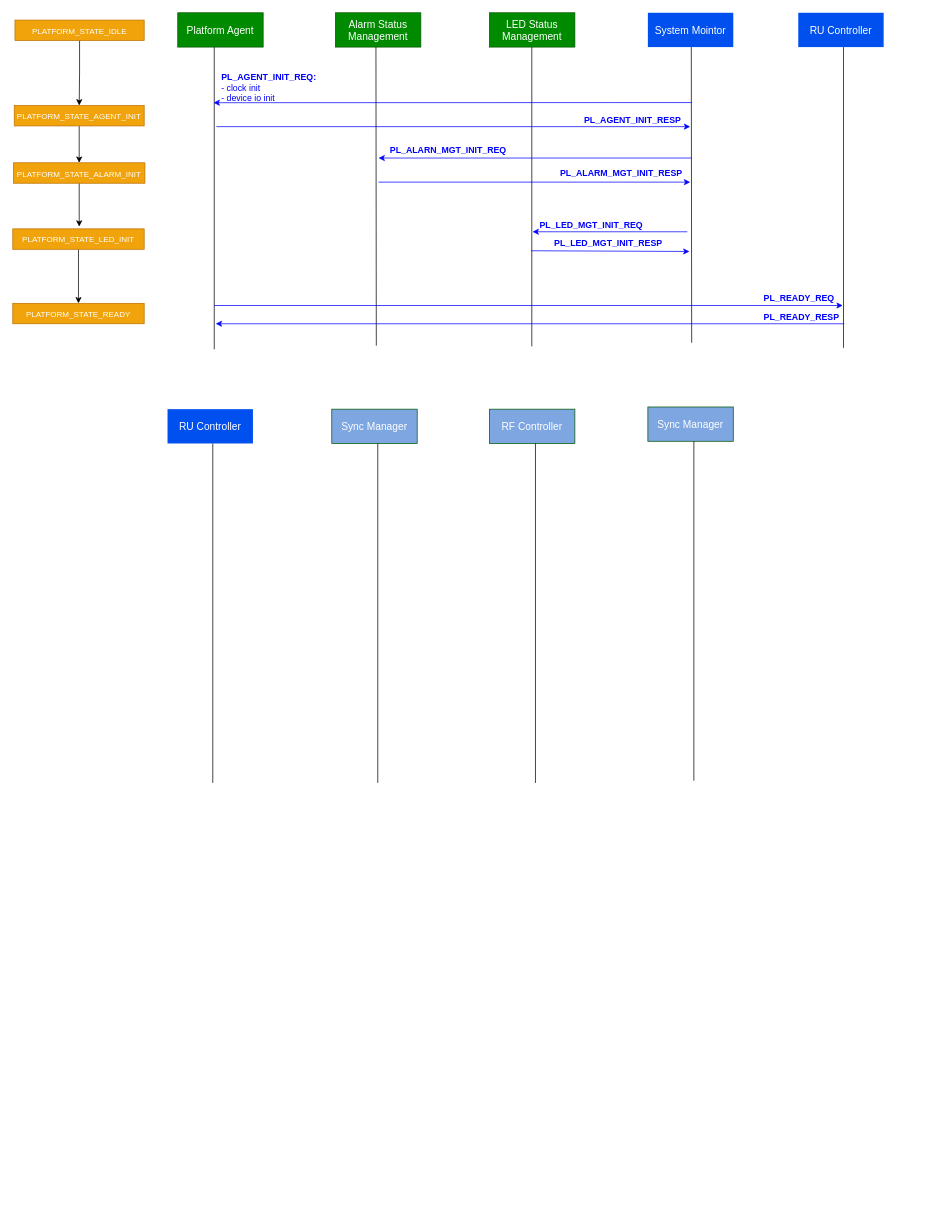
Above: 未命名绘图.drawio in james1023/drawio (draw.io), before the change. Source tidied: cells renumbered, new cells numbered last; positions are measured from the earlier drawing's top-left corner, leaving out a move shared by most shapes. Both pictures are drawn from the tidied source at 73%, with x=0, y=0 at pixel (12, 12).
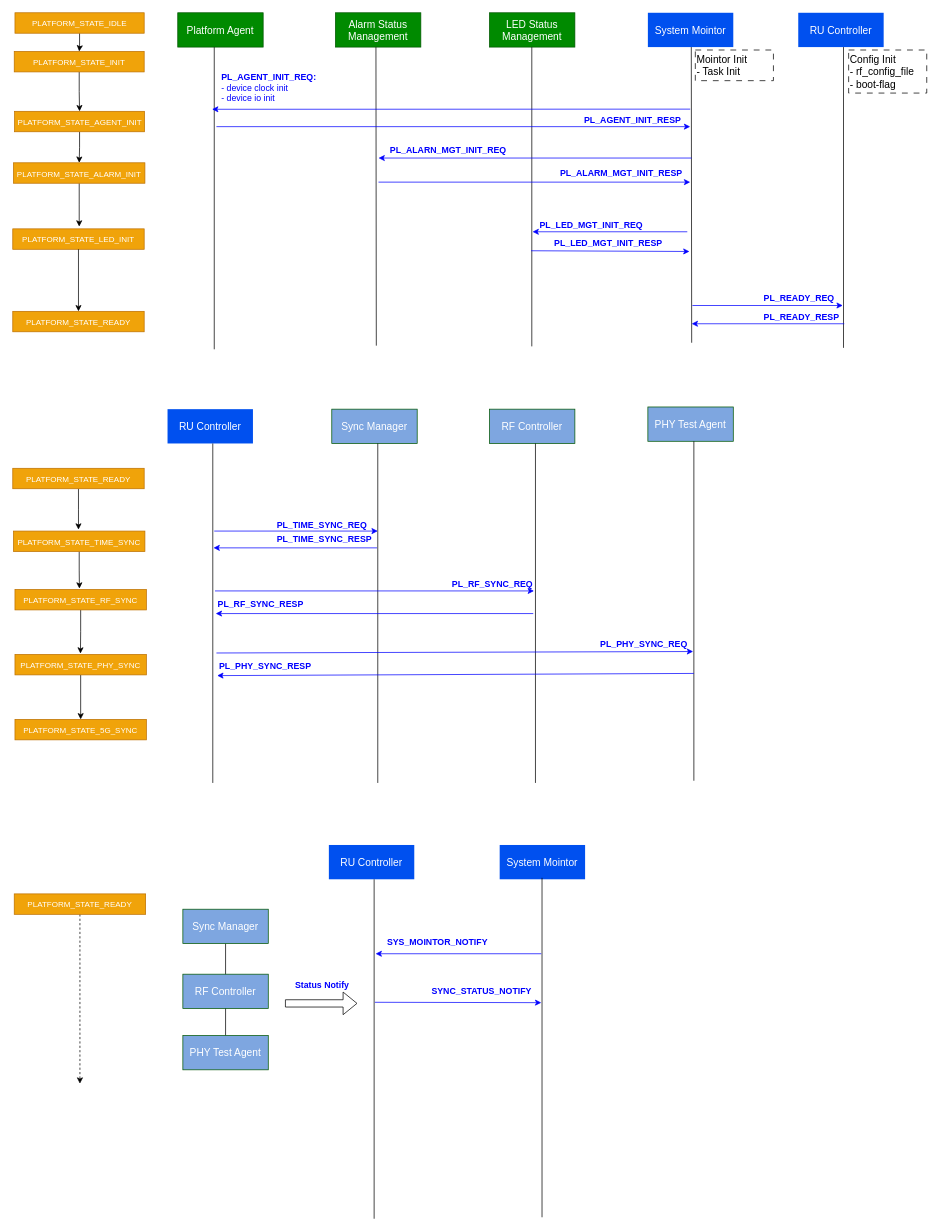
The same page after the edit.

Commit message:
更新未命名绘图.drawio

Unchanged cells that the change refers to:
```xml
<mxCell id="27" value="&lt;font style=&quot;font-size: 11px;&quot;&gt;PLATFORM_STATE_ALARM_INIT&lt;/font&gt;" style="rounded=0;whiteSpace=wrap;html=1;fillColor=#f0a30a;fontColor=#FFFFFF;strokeColor=#BD7000;fontSize=14;" parent="1" vertex="1">
  <mxGeometry x="1" y="205.5" width="180" height="28" as="geometry" />
</mxCell>
<mxCell id="29" value="&lt;font style=&quot;font-size: 11px;&quot;&gt;PLATFORM_STATE_LED_INIT&lt;/font&gt;" style="rounded=0;whiteSpace=wrap;html=1;fillColor=#f0a30a;fontColor=#FFFFFF;strokeColor=#BD7000;fontSize=14;" parent="1" vertex="1">
  <mxGeometry y="296" width="180" height="28" as="geometry" />
</mxCell>
```

The edit, as a diff of the source:
```diff
@@
+    <mxCell id="45" style="endArrow=none;html=1;rounded=0;" parent="1" edge="1" source="81" target="79">
+      <mxGeometry relative="1" as="geometry" />
+    </mxCell>
@@
-    <mxCell id="9" style="edgeStyle=orthogonalEdgeStyle;rounded=0;jettySize=auto;html=1;exitX=0.5;exitY=1;exitDx=0;exitDy=0;entryX=0.5;entryY=0;entryDx=0;entryDy=0;" parent="1" edge="1" source="10" target="27">
-      <mxGeometry relative="1" as="geometry" />
-    </mxCell>
+    <mxCell id="46" style="edgeStyle=orthogonalEdgeStyle;rounded=0;jettySize=auto;html=1;exitX=0.5;exitY=1;exitDx=0;exitDy=0;entryX=0.5;entryY=0;entryDx=0;entryDy=0;" parent="1" edge="1" source="10" target="64">
+      <mxGeometry relative="1" as="geometry" />
+    </mxCell>
-    <mxCell id="10" value="&lt;font style=&quot;font-size: 11px;&quot;&gt;PLATFORM_STATE_AGENT_INIT&lt;/font&gt;" style="rounded=0;whiteSpace=wrap;html=1;fillColor=#f0a30a;fontColor=#FFFFFF;strokeColor=#BD7000;fontSize=14;" parent="1" vertex="1">
-      <mxGeometry x="2" y="127" width="178" height="28" as="geometry" />
+    <mxCell id="10" value="&lt;font style=&quot;font-size: 11px;&quot;&gt;PLATFORM_STATE_INIT&lt;/font&gt;" style="rounded=0;whiteSpace=wrap;html=1;fillColor=#f0a30a;fontColor=#FFFFFF;strokeColor=#BD7000;fontSize=14;" parent="1" vertex="1">
+      <mxGeometry x="2" y="53" width="178" height="28" as="geometry" />
     </mxCell>
@@
     <mxCell id="12" value="&lt;font style=&quot;font-size: 11px;&quot;&gt;PLATFORM_STATE_IDLE&lt;/font&gt;" style="rounded=0;whiteSpace=wrap;html=1;fillColor=#f0a30a;fontColor=#FFFFFF;strokeColor=#BD7000;fontSize=14;" parent="1" vertex="1">
-      <mxGeometry x="3" y="10" width="177" height="28" as="geometry" />
+      <mxGeometry x="3" width="177" height="28" as="geometry" />
     </mxCell>
@@
     <mxCell id="14" style="endArrow=classic;html=1;rounded=0;strokeColor=#0000FF;" parent="1" edge="1">
       <mxGeometry relative="1" as="geometry">
-        <mxPoint x="930" y="123" as="sourcePoint" />
-        <mxPoint x="275" y="123.2" as="targetPoint" />
+        <mxPoint x="928" y="132" as="sourcePoint" />
+        <mxPoint x="273" y="132.2" as="targetPoint" />
       </mxGeometry>
     </mxCell>
@@
-    <mxCell id="17" value="&lt;div&gt;&lt;br&gt;&lt;/div&gt;PL_AGENT_INIT_REQ:&lt;br&gt;&lt;span style=&quot;font-weight: normal;&quot;&gt;- clock init&lt;br&gt;- device io init&lt;/span&gt;" style="text;strokeColor=none;fillColor=none;html=1;fontSize=12;fontStyle=1;verticalAlign=middle;align=left;fontColor=#0000FF;" parent="1" vertex="1">
+    <mxCell id="17" value="&lt;div&gt;&lt;br&gt;&lt;/div&gt;PL_AGENT_INIT_REQ:&lt;br&gt;&lt;span style=&quot;font-weight: normal;&quot;&gt;- device clock init&lt;br&gt;- device io init&lt;/span&gt;" style="text;strokeColor=none;fillColor=none;html=1;fontSize=12;fontStyle=1;verticalAlign=middle;align=left;fontColor=#0000FF;" parent="1" vertex="1">
       <mxGeometry x="284" y="71" width="77" height="47" as="geometry" />
     </mxCell>
@@
-    <mxCell id="28" style="edgeStyle=orthogonalEdgeStyle;rounded=0;jettySize=auto;html=1;exitX=0.5;exitY=1;exitDx=0;exitDy=0;entryX=0.5;entryY=0;entryDx=0;entryDy=0;" parent="1" edge="1" source="29" target="31">
-      <mxGeometry relative="1" as="geometry" />
-    </mxCell>
@@
+    <mxCell id="47" style="edgeStyle=orthogonalEdgeStyle;rounded=0;jettySize=auto;html=1;exitX=0.5;exitY=1;exitDx=0;exitDy=0;" parent="1" edge="1" source="31">
+      <mxGeometry relative="1" as="geometry">
+        <mxPoint x="91.3" y="788.8" as="targetPoint" />
+      </mxGeometry>
+    </mxCell>
-    <mxCell id="31" value="&lt;font style=&quot;font-size: 11px;&quot;&gt;PLATFORM_STATE_READY&lt;/font&gt;" style="rounded=0;whiteSpace=wrap;html=1;fillColor=#f0a30a;fontColor=#FFFFFF;strokeColor=#BD7000;fontSize=14;" parent="1" vertex="1">
-      <mxGeometry y="398" width="180" height="28" as="geometry" />
+    <mxCell id="31" value="&lt;font style=&quot;font-size: 11px;&quot;&gt;PLATFORM_STATE_TIME_SYNC&lt;/font&gt;" style="rounded=0;whiteSpace=wrap;html=1;fillColor=#f0a30a;fontColor=#FFFFFF;strokeColor=#BD7000;fontSize=14;" parent="1" vertex="1">
+      <mxGeometry x="1" y="710" width="180" height="28" as="geometry" />
     </mxCell>
     <mxCell id="32" style="endArrow=classic;html=1;rounded=0;strokeColor=#0000FF;" parent="1" edge="1">
       <mxGeometry relative="1" as="geometry">
-        <mxPoint x="276" y="401" as="sourcePoint" />
+        <mxPoint x="931" y="401" as="sourcePoint" />
         <mxPoint x="1137" y="401" as="targetPoint" />
       </mxGeometry>
     </mxCell>
@@
     <mxCell id="35" style="endArrow=classic;html=1;rounded=0;strokeColor=#0000FF;" parent="1" edge="1">
       <mxGeometry relative="1" as="geometry">
         <mxPoint x="1139" y="426" as="sourcePoint" />
-        <mxPoint x="278" y="426" as="targetPoint" />
+        <mxPoint x="930" y="426" as="targetPoint" />
       </mxGeometry>
     </mxCell>
@@
-    <mxCell id="43" value="Sync Manager" style="rounded=0;whiteSpace=wrap;html=1;fillColor=#7EA6E0;fontColor=#ffffff;strokeColor=#005700;fontSize=14;" parent="1" vertex="1">
+    <mxCell id="43" value="PHY Test Agent" style="rounded=0;whiteSpace=wrap;html=1;fillColor=#7EA6E0;fontColor=#ffffff;strokeColor=#005700;fontSize=14;" parent="1" vertex="1">
       <mxGeometry x="870" y="540" width="117" height="47" as="geometry" />
     </mxCell>
@@
+    <mxCell id="48" value="System Mointor" style="rounded=0;whiteSpace=wrap;html=1;fillColor=#0050ef;fontColor=#ffffff;strokeColor=none;fontSize=14;" parent="1" vertex="1">
+      <mxGeometry x="667" y="1140" width="117" height="47" as="geometry" />
+    </mxCell>
+    <mxCell id="49" style="endArrow=classic;html=1;rounded=0;strokeColor=#0000FF;" parent="1" edge="1">
+      <mxGeometry relative="1" as="geometry">
+        <mxPoint x="276" y="710" as="sourcePoint" />
+        <mxPoint x="500" y="710" as="targetPoint" />
+      </mxGeometry>
+    </mxCell>
+    <mxCell id="50" value="PL_TIME_SYNC_REQ" style="text;strokeColor=none;fillColor=none;html=1;fontSize=12;fontStyle=1;verticalAlign=middle;align=left;fontColor=#0000FF;" parent="1" vertex="1">
+      <mxGeometry x="360" y="688" width="191" height="28" as="geometry" />
+    </mxCell>
+    <mxCell id="51" style="edgeStyle=orthogonalEdgeStyle;rounded=0;jettySize=auto;html=1;exitX=0.5;exitY=1;exitDx=0;exitDy=0;entryX=0.5;entryY=0;entryDx=0;entryDy=0;" parent="1" edge="1" source="29" target="52">
+      <mxGeometry relative="1" as="geometry" />
+    </mxCell>
+    <mxCell id="52" value="&lt;font style=&quot;font-size: 11px;&quot;&gt;PLATFORM_STATE_READY&lt;/font&gt;" style="rounded=0;whiteSpace=wrap;html=1;fillColor=#f0a30a;fontColor=#FFFFFF;strokeColor=#BD7000;fontSize=14;" parent="1" vertex="1">
+      <mxGeometry y="409" width="180" height="28" as="geometry" />
+    </mxCell>
+    <mxCell id="53" style="endArrow=classic;html=1;rounded=0;strokeColor=#0000FF;" parent="1" edge="1">
+      <mxGeometry relative="1" as="geometry">
+        <mxPoint x="499" y="733" as="sourcePoint" />
+        <mxPoint x="275" y="733" as="targetPoint" />
+      </mxGeometry>
+    </mxCell>
+    <mxCell id="54" value="PL_TIME_SYNC_RESP" style="text;strokeColor=none;fillColor=none;html=1;fontSize=12;fontStyle=1;verticalAlign=middle;align=left;fontColor=#0000FF;" parent="1" vertex="1">
+      <mxGeometry x="360" y="707" width="191" height="28" as="geometry" />
+    </mxCell>
+    <mxCell id="55" style="endArrow=classic;html=1;rounded=0;strokeColor=#0000FF;" parent="1" edge="1">
+      <mxGeometry relative="1" as="geometry">
+        <mxPoint x="277" y="792" as="sourcePoint" />
+        <mxPoint x="714" y="792" as="targetPoint" />
+      </mxGeometry>
+    </mxCell>
+    <mxCell id="56" value="PL_RF_SYNC_REQ" style="text;strokeColor=none;fillColor=none;html=1;fontSize=12;fontStyle=1;verticalAlign=middle;align=left;fontColor=#0000FF;" parent="1" vertex="1">
+      <mxGeometry x="600" y="775" width="114" height="15" as="geometry" />
+    </mxCell>
+    <mxCell id="57" style="endArrow=classic;html=1;rounded=0;strokeColor=#0000FF;" parent="1" edge="1">
+      <mxGeometry relative="1" as="geometry">
+        <mxPoint x="713" y="823" as="sourcePoint" />
+        <mxPoint x="278" y="823" as="targetPoint" />
+      </mxGeometry>
+    </mxCell>
+    <mxCell id="58" value="PL_RF_SYNC_RESP" style="text;strokeColor=none;fillColor=none;html=1;fontSize=12;fontStyle=1;verticalAlign=middle;align=left;fontColor=#0000FF;" parent="1" vertex="1">
+      <mxGeometry x="279" y="796" width="191" height="28" as="geometry" />
+    </mxCell>
+    <mxCell id="59" style="edgeStyle=orthogonalEdgeStyle;rounded=0;jettySize=auto;html=1;exitX=0.5;exitY=1;exitDx=0;exitDy=0;" parent="1" edge="1" source="60">
+      <mxGeometry relative="1" as="geometry">
+        <mxPoint x="92.7" y="877.8" as="targetPoint" />
+      </mxGeometry>
+    </mxCell>
+    <mxCell id="60" value="&lt;font style=&quot;font-size: 11px;&quot;&gt;PLATFORM_STATE_RF_SYNC&lt;/font&gt;" style="rounded=0;whiteSpace=wrap;html=1;fillColor=#f0a30a;fontColor=#FFFFFF;strokeColor=#BD7000;fontSize=14;" parent="1" vertex="1">
+      <mxGeometry x="3" y="790" width="180" height="28" as="geometry" />
+    </mxCell>
+    <mxCell id="61" style="edgeStyle=orthogonalEdgeStyle;rounded=0;jettySize=auto;html=1;exitX=0.5;exitY=1;exitDx=0;exitDy=0;entryX=0.5;entryY=0;entryDx=0;entryDy=0;" parent="1" edge="1" source="62" target="71">
+      <mxGeometry relative="1" as="geometry" />
+    </mxCell>
+    <mxCell id="62" value="&lt;font style=&quot;font-size: 11px;&quot;&gt;PLATFORM_STATE_PHY_SYNC&lt;/font&gt;" style="rounded=0;whiteSpace=wrap;html=1;fillColor=#f0a30a;fontColor=#FFFFFF;strokeColor=#BD7000;fontSize=14;" parent="1" vertex="1">
+      <mxGeometry x="3" y="879" width="180" height="28" as="geometry" />
+    </mxCell>
+    <mxCell id="63" style="edgeStyle=orthogonalEdgeStyle;rounded=0;jettySize=auto;html=1;exitX=0.5;exitY=1;exitDx=0;exitDy=0;entryX=0.5;entryY=0;entryDx=0;entryDy=0;" parent="1" edge="1" source="64" target="27">
+      <mxGeometry relative="1" as="geometry" />
+    </mxCell>
+    <mxCell id="64" value="&lt;font style=&quot;font-size: 11px;&quot;&gt;PLATFORM_STATE_AGENT_INIT&lt;/font&gt;" style="rounded=0;whiteSpace=wrap;html=1;fillColor=#f0a30a;fontColor=#FFFFFF;strokeColor=#BD7000;fontSize=14;" parent="1" vertex="1">
+      <mxGeometry x="2.5" y="135" width="178" height="28" as="geometry" />
+    </mxCell>
+    <mxCell id="65" value="Config Init&lt;br&gt;- rf_config_file&lt;br&gt;- boot-flag" style="rounded=0;whiteSpace=wrap;html=1;fillColor=default;fontColor=#000000;strokeColor=default;fontSize=14;align=left;dashed=1;dashPattern=8 8;" parent="1" vertex="1">
+      <mxGeometry x="1145" y="51" width="107" height="59" as="geometry" />
+    </mxCell>
+    <mxCell id="66" value="Mointor Init&lt;br&gt;- Task Init" style="rounded=0;whiteSpace=wrap;html=1;fillColor=default;fontColor=#000000;strokeColor=default;fontSize=14;align=left;dashed=1;dashPattern=8 8;" parent="1" vertex="1">
+      <mxGeometry x="935" y="51" width="107" height="42" as="geometry" />
+    </mxCell>
+    <mxCell id="67" style="endArrow=classic;html=1;rounded=0;strokeColor=#0000FF;" parent="1" edge="1">
+      <mxGeometry relative="1" as="geometry">
+        <mxPoint x="279" y="877" as="sourcePoint" />
+        <mxPoint x="932" y="875" as="targetPoint" />
+      </mxGeometry>
+    </mxCell>
+    <mxCell id="68" value="PL_PHY_SYNC_REQ" style="text;strokeColor=none;fillColor=none;html=1;fontSize=12;fontStyle=1;verticalAlign=middle;align=left;fontColor=#0000FF;" parent="1" vertex="1">
+      <mxGeometry x="803" y="851" width="191" height="28" as="geometry" />
+    </mxCell>
+    <mxCell id="69" style="endArrow=classic;html=1;rounded=0;strokeColor=#0000FF;" parent="1" edge="1">
+      <mxGeometry relative="1" as="geometry">
+        <mxPoint x="933" y="905" as="sourcePoint" />
+        <mxPoint x="280" y="908" as="targetPoint" />
+      </mxGeometry>
+    </mxCell>
+    <mxCell id="70" value="PL_PHY_SYNC_RESP" style="text;strokeColor=none;fillColor=none;html=1;fontSize=12;fontStyle=1;verticalAlign=middle;align=left;fontColor=#0000FF;" parent="1" vertex="1">
+      <mxGeometry x="281" y="881" width="191" height="28" as="geometry" />
+    </mxCell>
+    <mxCell id="71" value="&lt;font style=&quot;font-size: 11px;&quot;&gt;PLATFORM_STATE_5G_SYNC&lt;/font&gt;" style="rounded=0;whiteSpace=wrap;html=1;fillColor=#f0a30a;fontColor=#FFFFFF;strokeColor=#BD7000;fontSize=14;" parent="1" vertex="1">
+      <mxGeometry x="3" y="968" width="180" height="28" as="geometry" />
+    </mxCell>
+    <mxCell id="72" value="SYS_MOINTOR_NOTIFY" style="text;strokeColor=none;fillColor=none;html=1;fontSize=12;fontStyle=1;verticalAlign=middle;align=left;fontColor=#0000FF;" parent="1" vertex="1">
+      <mxGeometry x="511" y="1262" width="153" height="23" as="geometry" />
+    </mxCell>
+    <mxCell id="73" style="edgeStyle=orthogonalEdgeStyle;rounded=0;jettySize=auto;html=1;exitX=0.5;exitY=1;exitDx=0;exitDy=0;" parent="1" edge="1" source="74">
+      <mxGeometry relative="1" as="geometry">
+        <mxPoint x="90" y="708" as="targetPoint" />
+      </mxGeometry>
+    </mxCell>
+    <mxCell id="74" value="&lt;font style=&quot;font-size: 11px;&quot;&gt;PLATFORM_STATE_READY&lt;/font&gt;" style="rounded=0;whiteSpace=wrap;html=1;fillColor=#f0a30a;fontColor=#FFFFFF;strokeColor=#BD7000;fontSize=14;" parent="1" vertex="1">
+      <mxGeometry y="624" width="180" height="28" as="geometry" />
+    </mxCell>
+    <mxCell id="75" value="RU Controller" style="rounded=0;whiteSpace=wrap;html=1;fillColor=#0050ef;fontColor=#ffffff;strokeColor=none;fontSize=14;" parent="1" vertex="1">
+      <mxGeometry x="433" y="1140" width="117" height="47" as="geometry" />
+    </mxCell>
+    <mxCell id="76" style="endArrow=none;html=1;rounded=0;" parent="1" edge="1">
+      <mxGeometry relative="1" as="geometry">
+        <mxPoint x="495" y="1652" as="sourcePoint" />
+        <mxPoint x="495" y="1187" as="targetPoint" />
+      </mxGeometry>
+    </mxCell>
+    <mxCell id="77" style="edgeStyle=orthogonalEdgeStyle;rounded=0;jettySize=auto;html=1;exitX=0.5;exitY=1;exitDx=0;exitDy=0;dashed=1;" parent="1" edge="1" source="78">
+      <mxGeometry relative="1" as="geometry">
+        <mxPoint x="92" y="1467" as="targetPoint" />
+      </mxGeometry>
+    </mxCell>
+    <mxCell id="78" value="&lt;font style=&quot;font-size: 11px;&quot;&gt;PLATFORM_STATE_READY&lt;/font&gt;" style="rounded=0;whiteSpace=wrap;html=1;fillColor=#f0a30a;fontColor=#FFFFFF;strokeColor=#BD7000;fontSize=14;" parent="1" vertex="1">
+      <mxGeometry x="2" y="1207" width="180" height="28" as="geometry" />
+    </mxCell>
+    <mxCell id="79" value="Sync Manager" style="rounded=0;whiteSpace=wrap;html=1;fillColor=#7EA6E0;fontColor=#ffffff;strokeColor=#005700;fontSize=14;" parent="1" vertex="1">
+      <mxGeometry x="233" y="1228" width="117" height="47" as="geometry" />
+    </mxCell>
+    <mxCell id="80" value="RF Controller" style="rounded=0;whiteSpace=wrap;html=1;fillColor=#7EA6E0;fontColor=#ffffff;strokeColor=#005700;fontSize=14;" parent="1" vertex="1">
+      <mxGeometry x="233" y="1317" width="117" height="47" as="geometry" />
+    </mxCell>
+    <mxCell id="81" value="PHY Test Agent" style="rounded=0;whiteSpace=wrap;html=1;fillColor=#7EA6E0;fontColor=#ffffff;strokeColor=#005700;fontSize=14;" parent="1" vertex="1">
+      <mxGeometry x="233" y="1401" width="117" height="47" as="geometry" />
+    </mxCell>
+    <mxCell id="82" style="endArrow=none;html=1;rounded=0;" parent="1" edge="1">
+      <mxGeometry relative="1" as="geometry">
+        <mxPoint x="725" y="1650" as="sourcePoint" />
+        <mxPoint x="725" y="1185" as="targetPoint" />
+      </mxGeometry>
+    </mxCell>
+    <mxCell id="83" style="shape=flexArrow;endArrow=classic;startArrow=none;html=1;rounded=0;startFill=0;" parent="1" edge="1">
+      <mxGeometry relative="1" as="geometry">
+        <mxPoint x="373" y="1357" as="sourcePoint" />
+        <mxPoint x="472" y="1357" as="targetPoint" />
+      </mxGeometry>
+    </mxCell>
+    <mxCell id="84" value="Status Notify" style="text;strokeColor=none;fillColor=none;html=1;fontSize=12;fontStyle=1;verticalAlign=middle;align=left;fontColor=#0000FF;" parent="1" vertex="1">
+      <mxGeometry x="385" y="1319" width="93" height="28" as="geometry" />
+    </mxCell>
+    <mxCell id="85" style="endArrow=classic;html=1;rounded=0;strokeColor=#0000FF;" parent="1" edge="1">
+      <mxGeometry relative="1" as="geometry">
+        <mxPoint x="724" y="1289" as="sourcePoint" />
+        <mxPoint x="497" y="1289" as="targetPoint" />
+      </mxGeometry>
+    </mxCell>
+    <mxCell id="86" value="SYNC_STATUS_NOTIFY" style="text;strokeColor=none;fillColor=none;html=1;fontSize=12;fontStyle=1;verticalAlign=middle;align=left;fontColor=#0000FF;" parent="1" vertex="1">
+      <mxGeometry x="572" y="1330.2" width="150" height="20.5" as="geometry" />
+    </mxCell>
+    <mxCell id="87" style="endArrow=classic;html=1;rounded=0;strokeColor=#0000FF;" parent="1" edge="1">
+      <mxGeometry relative="1" as="geometry">
+        <mxPoint x="496" y="1355.5" as="sourcePoint" />
+        <mxPoint x="724" y="1356" as="targetPoint" />
+      </mxGeometry>
+    </mxCell>
```
